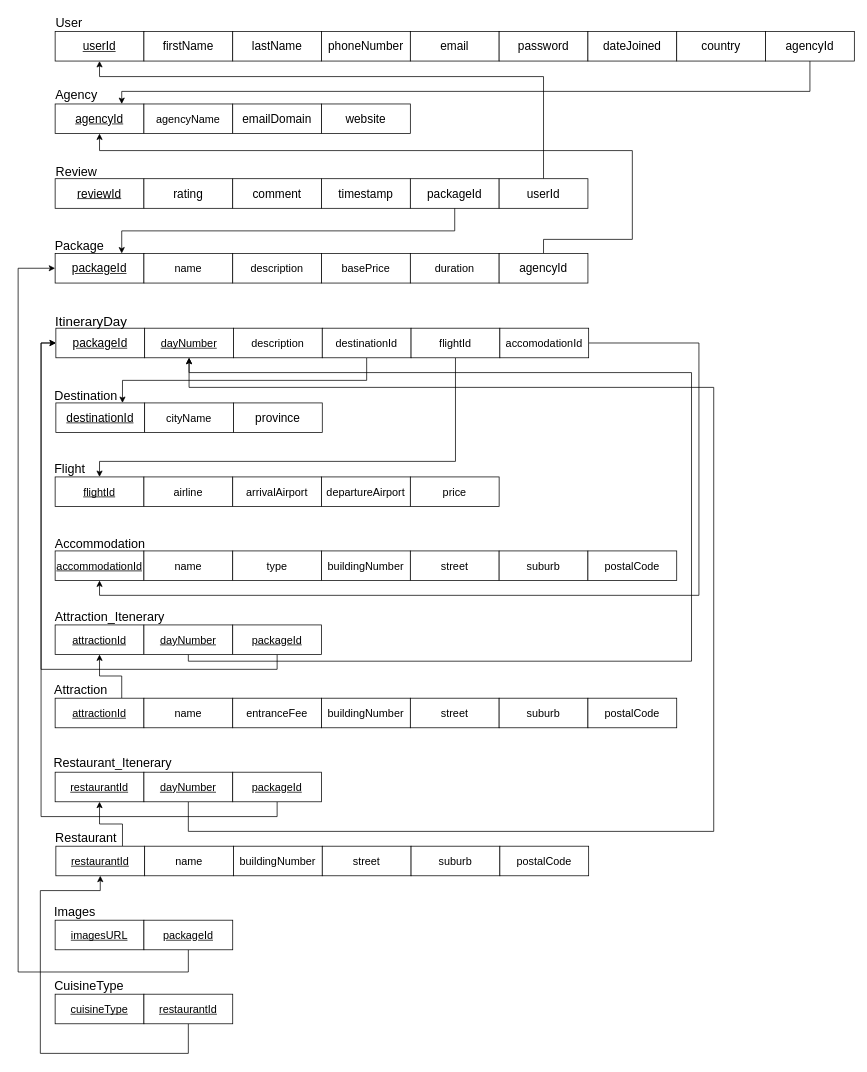
This is page "Step 8" (7 of 7) of Tripistry.drawio from Chloe-Larsen/COS-221-Assignment-5, a draw.io file, before an edit. Source tidied: cells renumbered, new cells numbered last; positions are measured from the earlier drawing's top-left corner, leaving out a move shared by most shapes. Both pictures are drawn from the tidied source at 74%, with x=0, y=0 at pixel (18, 13).
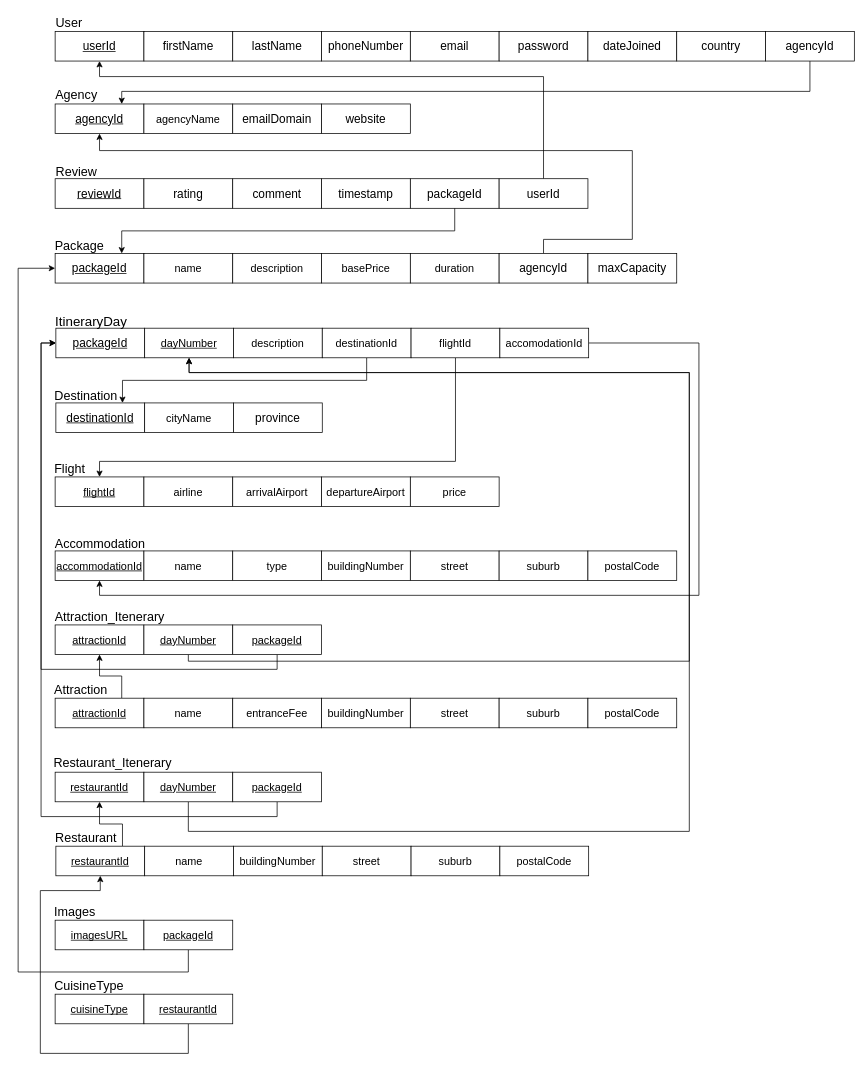
After the change.

Unchanged cells that the change refers to:
```xml
<mxCell id="72" value="&lt;span id=&quot;docs-internal-guid-c547d4b2-7fff-fd9f-eabe-e8b8aee0c264&quot;&gt;&lt;span style=&quot;font-size: 11pt; font-family: Arial, sans-serif; background-color: transparent; font-variant: normal; vertical-align: baseline; white-space: pre-wrap;&quot;&gt;da&lt;/span&gt;&lt;span style=&quot;font-size: 11pt; font-family: Arial, sans-serif; background-color: transparent; font-variant: normal; text-decoration-skip-ink: none; vertical-align: baseline; white-space: pre-wrap;&quot;&gt;y&lt;/span&gt;&lt;span style=&quot;font-size: 11pt; font-family: Arial, sans-serif; background-color: transparent; font-variant: normal; vertical-align: baseline; white-space: pre-wrap;&quot;&gt;N&lt;/span&gt;&lt;span style=&quot;font-size: 11pt; font-family: Arial, sans-serif; background-color: transparent; font-variant: normal; text-decoration-skip-ink: none; vertical-align: baseline; white-space: pre-wrap;&quot;&gt;u&lt;/span&gt;&lt;span style=&quot;font-size: 11pt; font-family: Arial, sans-serif; background-color: transparent; font-variant: normal; vertical-align: baseline; white-space: pre-wrap;&quot;&gt;m&lt;/span&gt;&lt;span style=&quot;font-size: 11pt; font-family: Arial, sans-serif; background-color: transparent; font-variant: normal; text-decoration-skip-ink: none; vertical-align: baseline; white-space: pre-wrap;&quot;&gt;b&lt;/span&gt;&lt;span style=&quot;font-size: 11pt; font-family: Arial, sans-serif; background-color: transparent; font-variant: normal; vertical-align: baseline; white-space: pre-wrap;&quot;&gt;e&lt;/span&gt;&lt;span style=&quot;font-size: 11pt; font-family: Arial, sans-serif; background-color: transparent; font-variant: normal; text-decoration-skip-ink: none; vertical-align: baseline; white-space: pre-wrap;&quot;&gt;r&lt;/span&gt;&lt;/span&gt;" style="rounded=0;whiteSpace=wrap;html=1;fontSize=16;fontStyle=4;" parent="1" vertex="1">
  <mxGeometry x="171" y="426" width="120" height="40" as="geometry" />
</mxCell>
<mxCell id="81" value="&lt;font face=&quot;Arial, sans-serif&quot;&gt;&lt;span style=&quot;font-size: 14.6667px; white-space-collapse: preserve;&quot;&gt;&lt;u&gt;dayNumber&lt;/u&gt;&lt;/span&gt;&lt;/font&gt;" style="rounded=0;whiteSpace=wrap;html=1;fontSize=16;" parent="1" vertex="1">
  <mxGeometry x="170" y="827" width="120" height="40" as="geometry" />
</mxCell>
<mxCell id="87" value="&lt;font face=&quot;Arial, sans-serif&quot;&gt;&lt;span style=&quot;font-size: 14.6667px; white-space-collapse: preserve;&quot;&gt;&lt;u&gt;dayNumber&lt;/u&gt;&lt;/span&gt;&lt;/font&gt;" style="rounded=0;whiteSpace=wrap;html=1;fontSize=16;" parent="1" vertex="1">
  <mxGeometry x="170" y="1026" width="120" height="40" as="geometry" />
</mxCell>
```

What changed in the source:
```diff
@@
     <mxCell id="71" style="edgeStyle=orthogonalEdgeStyle;rounded=0;jettySize=auto;html=1;exitX=0.5;exitY=1;exitDx=0;exitDy=0;entryX=0.5;entryY=1;entryDx=0;entryDy=0;startArrow=classic;startFill=1;endArrow=none;endFill=0;" parent="1" edge="1" source="72" target="81">
       <mxGeometry relative="1" as="geometry">
         <Array as="points">
           <mxPoint x="231" y="486" />
-          <mxPoint x="910" y="486" />
-          <mxPoint x="910" y="876" />
+          <mxPoint x="907" y="486" />
+          <mxPoint x="907" y="876" />
           <mxPoint x="230" y="876" />
         </Array>
       </mxGeometry>
     </mxCell>
@@
     <mxCell id="86" style="edgeStyle=orthogonalEdgeStyle;rounded=0;jettySize=auto;html=1;exitX=0.5;exitY=1;exitDx=0;exitDy=0;entryX=0.5;entryY=1;entryDx=0;entryDy=0;" parent="1" edge="1" source="87" target="72">
       <mxGeometry relative="1" as="geometry">
         <Array as="points">
           <mxPoint x="230" y="1106" />
-          <mxPoint x="940" y="1106" />
-          <mxPoint x="940" y="506" />
-          <mxPoint x="231" y="506" />
+          <mxPoint x="907" y="1106" />
+          <mxPoint x="907" y="486" />
+          <mxPoint x="231" y="486" />
         </Array>
       </mxGeometry>
     </mxCell>
@@
-    <mxCell id="91" value="&lt;span id=&quot;docs-internal-guid-f5ea59f9-7fff-58e7-eca1-30a64660772c&quot;&gt;&lt;span style=&quot;font-size: 11pt; font-family: Arial, sans-serif; background-color: transparent; font-variant: normal; text-decoration: underline; text-decoration-skip-ink: none; vertical-align: baseline; white-space: pre-wrap;&quot;&gt;imagesURL&lt;/span&gt;&lt;/span&gt;" style="rounded=0;whiteSpace=wrap;html=1;fontSize=16;" parent="1" vertex="1">
+    <mxCell id="91" value="&lt;span id=&quot;docs-internal-guid-f5ea59f9-7fff-58e7-eca1-30a64660772c&quot;&gt;&lt;span style=&quot;font-size: 11pt; font-family: Arial, sans-serif; background-color: transparent; font-variant: normal; text-decoration-skip-ink: none; vertical-align: baseline; white-space: pre-wrap;&quot;&gt;imagesURL&lt;/span&gt;&lt;/span&gt;" style="rounded=0;whiteSpace=wrap;html=1;fontSize=16;fontStyle=4;" parent="1" vertex="1">
       <mxGeometry x="50" y="1226" width="120" height="40" as="geometry" />
     </mxCell>
@@
+    <mxCell id="100" value="maxCapacity" style="rounded=0;whiteSpace=wrap;html=1;fontSize=16;" parent="1" vertex="1">
+      <mxGeometry x="770" y="325" width="120" height="40" as="geometry" />
+    </mxCell>
```
